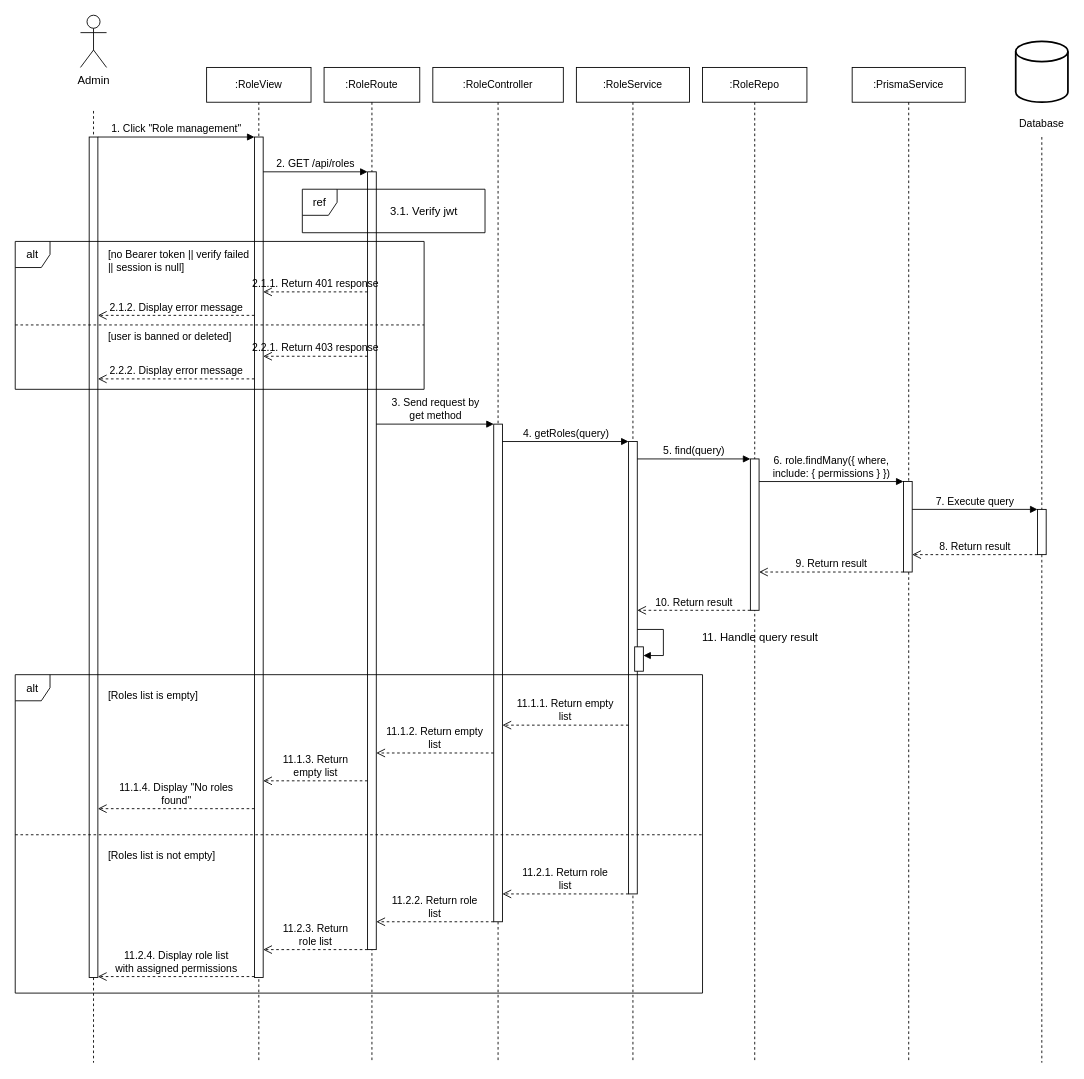
This is sequence-diagrams-remake/tthuan/UC-06_01-view-role-list.drawio from Thunggg/Frevia, a draw.io file, before an edit. Source tidied: cells renumbered, new cells numbered last; positions are measured from the earlier drawing's top-left corner, leaving out a move shared by most shapes. Both pictures are drawn from the tidied source at 87%, with x=0, y=0 at pixel (15, 15).
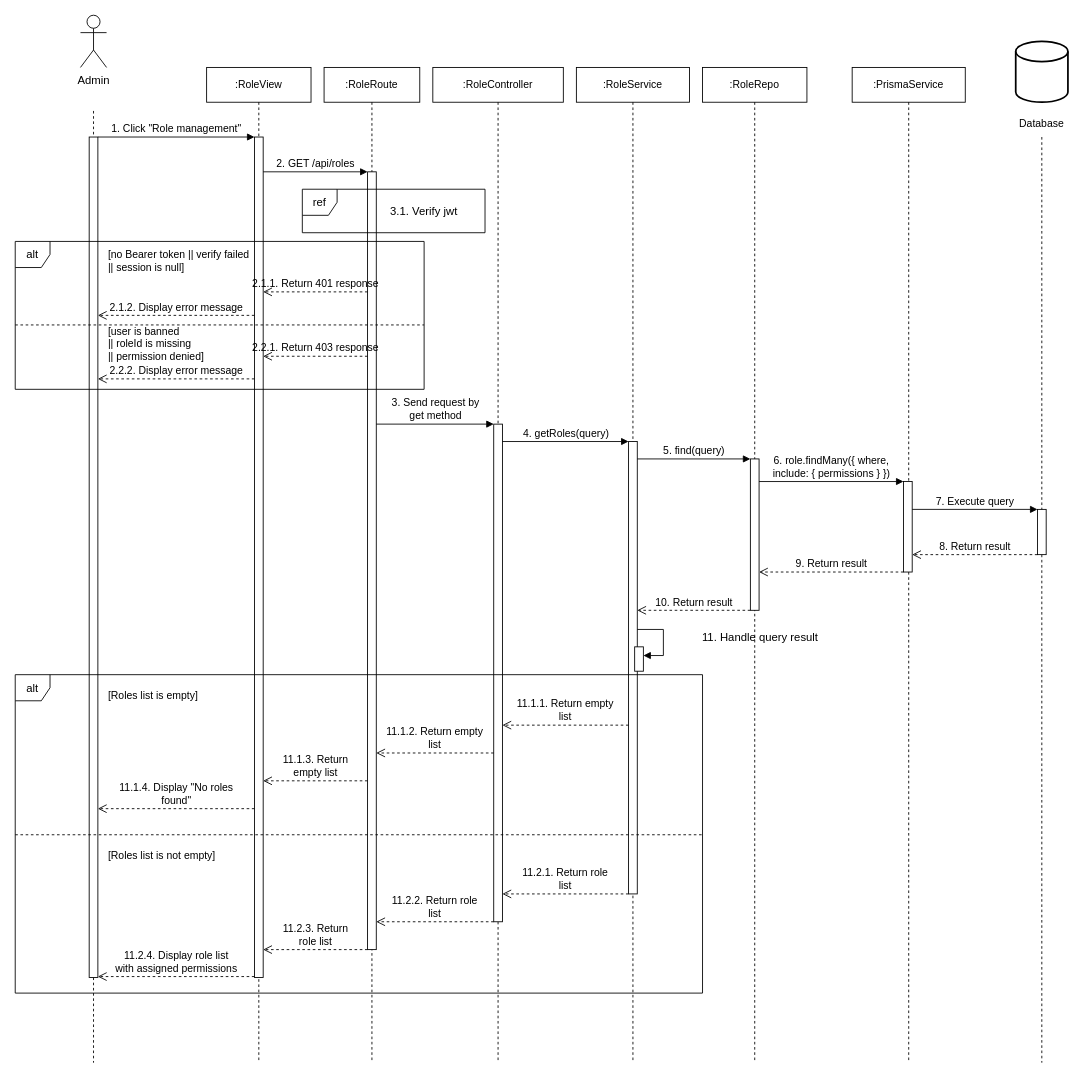
The same page after the edit.

Diff of the diagram source:
```diff
@@
-    <mxCell id="29" value="[user is banned or deleted]" style="text;html=1;align=left;verticalAlign=middle;whiteSpace=wrap;rounded=0;fontSize=12;strokeColor=none;spacingLeft=3;labelBackgroundColor=none;" parent="1" vertex="1">
-      <mxGeometry x="102" y="357" width="250" height="26" as="geometry" />
+    <mxCell id="29" value="[user is banned&amp;nbsp;&lt;div&gt;|| roleId is missing&amp;nbsp;&lt;/div&gt;&lt;div&gt;|| permission denied]&lt;/div&gt;" style="text;html=1;align=left;verticalAlign=middle;whiteSpace=wrap;rounded=0;fontSize=12;strokeColor=none;spacingLeft=3;labelBackgroundColor=none;" parent="1" vertex="1">
+      <mxGeometry x="102" y="357" width="170" height="42" as="geometry" />
     </mxCell>
```
